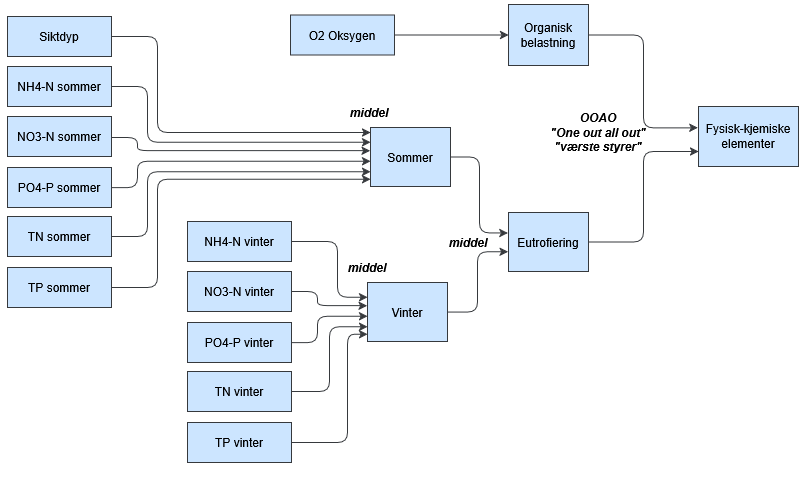
The draw.io diagram martini3.drawio.png in ciaran-dk/flowchart, before a commit. Source tidied: cells renumbered, new cells last; positions are measured from the earlier drawing's top-left corner, leaving out a move shared by most shapes.
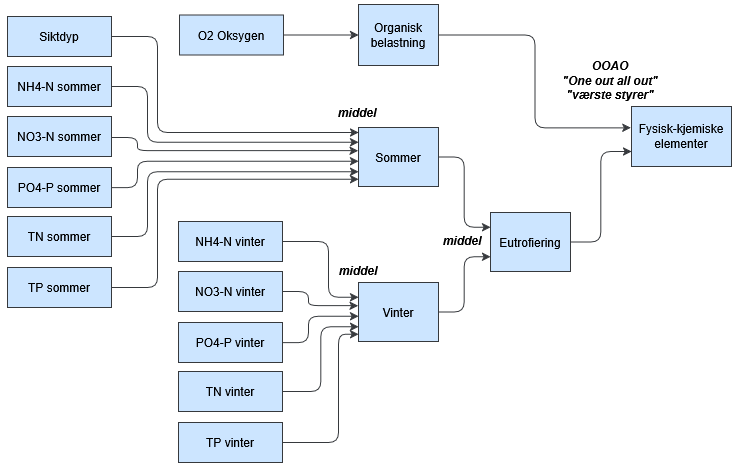
After the change.

What changed in the source:
```diff
@@ -3,15 +3,15 @@
     <mxCell id="0" />
     <mxCell id="1" parent="0" />
     <mxCell id="2" value="Fysisk-kjemiske elementer" style="whiteSpace=wrap;html=1;labelBackgroundColor=none;fillColor=#cce5ff;strokeColor=#36393d;fontColor=#000000;" parent="1" vertex="1">
-      <mxGeometry x="691" y="102" width="100" height="60" as="geometry" />
+      <mxGeometry x="624" y="102" width="100" height="60" as="geometry" />
     </mxCell>
     <mxCell id="3" style="edgeStyle=elbowEdgeStyle;elbow=horizontal;html=1;rounded=1;curved=0;sourcePerimeterSpacing=0;targetPerimeterSpacing=0;startSize=6;endSize=6;entryX=0;entryY=0.75;entryDx=0;entryDy=0;labelBackgroundColor=none;fontColor=#000000;fillColor=#cce5ff;strokeColor=#36393d;exitX=1;exitY=0.5;exitDx=0;exitDy=0;" parent="1" edge="1" source="35" target="2">
       <mxGeometry relative="1" as="geometry" />
     </mxCell>
     <mxCell id="4" value="Sommer" style="whiteSpace=wrap;html=1;labelBackgroundColor=none;fillColor=#cce5ff;strokeColor=#36393d;fontColor=#000000;" parent="1" vertex="1">
-      <mxGeometry x="363" y="123" width="80" height="59" as="geometry" />
+      <mxGeometry x="351" y="123" width="80" height="59" as="geometry" />
     </mxCell>
-    <mxCell id="5" style="edgeStyle=elbowEdgeStyle;elbow=horizontal;html=1;rounded=1;curved=0;sourcePerimeterSpacing=0;targetPerimeterSpacing=0;startSize=6;endSize=6;labelBackgroundColor=none;fontColor=#000000;fillColor=#cce5ff;strokeColor=#36393d;entryX=-0.007;entryY=0.346;entryDx=0;entryDy=0;entryPerimeter=0;" parent="1" edge="1" source="4" target="35">
+    <mxCell id="5" style="edgeStyle=elbowEdgeStyle;elbow=horizontal;html=1;rounded=1;curved=0;sourcePerimeterSpacing=0;targetPerimeterSpacing=0;startSize=6;endSize=6;labelBackgroundColor=none;fontColor=#000000;fillColor=#cce5ff;strokeColor=#36393d;entryX=0;entryY=0.25;entryDx=0;entryDy=0;" parent="1" edge="1" source="4" target="35">
       <mxGeometry relative="1" as="geometry" />
     </mxCell>
     <mxCell id="6" value="NH4-N sommer" style="whiteSpace=wrap;html=1;labelBackgroundColor=none;fillColor=#cce5ff;strokeColor=#36393d;fontColor=#000000;" parent="1" vertex="1">
@@ -35,13 +35,13 @@
       </mxGeometry>
     </mxCell>
     <mxCell id="10" value="&lt;div&gt;Organisk&lt;/div&gt;&lt;div&gt;belastning&lt;/div&gt;" style="whiteSpace=wrap;html=1;labelBackgroundColor=none;fillColor=#cce5ff;strokeColor=#36393d;fontColor=#000000;" parent="1" vertex="1">
-      <mxGeometry x="501" width="80" height="61" as="geometry" />
+      <mxGeometry x="351" width="80" height="61" as="geometry" />
     </mxCell>
     <mxCell id="11" style="edgeStyle=elbowEdgeStyle;elbow=horizontal;html=1;rounded=1;curved=0;sourcePerimeterSpacing=0;targetPerimeterSpacing=0;startSize=6;endSize=6;entryX=-0.006;entryY=0.356;entryDx=0;entryDy=0;labelBackgroundColor=none;fontColor=#000000;fillColor=#cce5ff;strokeColor=#36393d;entryPerimeter=0;" parent="1" edge="1" source="10" target="2">
       <mxGeometry relative="1" as="geometry" />
     </mxCell>
     <mxCell id="12" value="O2 Oksygen" style="whiteSpace=wrap;html=1;labelBackgroundColor=none;fillColor=#cce5ff;strokeColor=#36393d;fontColor=#000000;" parent="1" vertex="1">
-      <mxGeometry x="283" y="10.5" width="104" height="40" as="geometry" />
+      <mxGeometry x="172" y="10.5" width="104" height="40" as="geometry" />
     </mxCell>
     <mxCell id="13" style="edgeStyle=elbowEdgeStyle;elbow=horizontal;html=1;rounded=1;curved=0;sourcePerimeterSpacing=0;targetPerimeterSpacing=0;startSize=6;endSize=6;entryX=0;entryY=0.5;entryDx=0;entryDy=0;labelBackgroundColor=none;fontColor=#000000;fillColor=#cce5ff;strokeColor=#36393d;" parent="1" edge="1" source="12" target="10">
       <mxGeometry relative="1" as="geometry" />
@@ -57,7 +57,7 @@
       </mxGeometry>
     </mxCell>
     <mxCell id="16" value="&lt;div&gt;OOAO&lt;/div&gt;&lt;div&gt;&quot;One out all out&quot;&lt;/div&gt;&lt;div&gt;&quot;værste styrer&quot;&lt;/div&gt;" style="text;html=1;align=center;verticalAlign=middle;whiteSpace=wrap;rounded=0;fontColor=#000000;fontStyle=3;" parent="1" vertex="1">
-      <mxGeometry x="521" y="113" width="140" height="30" as="geometry" />
+      <mxGeometry x="533" y="61" width="140" height="30" as="geometry" />
     </mxCell>
     <mxCell id="17" style="edgeStyle=elbowEdgeStyle;elbow=horizontal;html=1;rounded=1;curved=0;sourcePerimeterSpacing=0;targetPerimeterSpacing=0;startSize=6;endSize=6;entryX=0;entryY=0.57;entryDx=0;entryDy=0;labelBackgroundColor=none;fontColor=#000000;fillColor=#cce5ff;strokeColor=#36393d;entryPerimeter=0;" parent="1" edge="1" target="4">
       <mxGeometry relative="1" as="geometry">
@@ -92,71 +92,71 @@
       </mxGeometry>
     </mxCell>
     <mxCell id="23" value="&lt;div&gt;Vinter&lt;/div&gt;" style="whiteSpace=wrap;html=1;labelBackgroundColor=none;fillColor=#cce5ff;strokeColor=#36393d;fontColor=#000000;" parent="1" vertex="1">
-      <mxGeometry x="360" y="278" width="80" height="59" as="geometry" />
+      <mxGeometry x="351" y="278" width="80" height="59" as="geometry" />
     </mxCell>
-    <mxCell id="24" style="edgeStyle=elbowEdgeStyle;elbow=horizontal;html=1;rounded=1;curved=0;sourcePerimeterSpacing=0;targetPerimeterSpacing=0;startSize=6;endSize=6;labelBackgroundColor=none;fontColor=#000000;fillColor=#cce5ff;strokeColor=#36393d;entryX=-0.004;entryY=0.664;entryDx=0;entryDy=0;entryPerimeter=0;" parent="1" edge="1" source="23" target="35">
+    <mxCell id="24" style="edgeStyle=elbowEdgeStyle;elbow=horizontal;html=1;rounded=1;curved=0;sourcePerimeterSpacing=0;targetPerimeterSpacing=0;startSize=6;endSize=6;labelBackgroundColor=none;fontColor=#000000;fillColor=#cce5ff;strokeColor=#36393d;entryX=0;entryY=0.75;entryDx=0;entryDy=0;" parent="1" edge="1" source="23" target="35">
       <mxGeometry relative="1" as="geometry" />
     </mxCell>
     <mxCell id="25" value="NH4-N vinter" style="whiteSpace=wrap;html=1;labelBackgroundColor=none;fillColor=#cce5ff;strokeColor=#36393d;fontColor=#000000;" parent="1" vertex="1">
-      <mxGeometry x="180" y="217" width="104" height="40" as="geometry" />
+      <mxGeometry x="171" y="217" width="104" height="40" as="geometry" />
     </mxCell>
     <mxCell id="26" style="edgeStyle=elbowEdgeStyle;elbow=horizontal;html=1;rounded=1;curved=0;sourcePerimeterSpacing=0;targetPerimeterSpacing=0;startSize=6;endSize=6;labelBackgroundColor=none;fontColor=#000000;fillColor=#cce5ff;strokeColor=#36393d;entryX=0;entryY=0.25;entryDx=0;entryDy=0;" parent="1" edge="1" source="25" target="23">
       <mxGeometry relative="1" as="geometry">
         <Array as="points">
-          <mxPoint x="330" y="267" />
+          <mxPoint x="321" y="267" />
         </Array>
       </mxGeometry>
     </mxCell>
     <mxCell id="27" value="NO3-N&amp;nbsp;vinter" style="whiteSpace=wrap;html=1;labelBackgroundColor=none;fillColor=#cce5ff;strokeColor=#36393d;fontColor=#000000;" parent="1" vertex="1">
-      <mxGeometry x="180" y="267" width="104" height="40" as="geometry" />
+      <mxGeometry x="171" y="267" width="104" height="40" as="geometry" />
     </mxCell>
     <mxCell id="28" style="edgeStyle=elbowEdgeStyle;elbow=horizontal;html=1;rounded=1;curved=0;sourcePerimeterSpacing=0;targetPerimeterSpacing=0;startSize=6;endSize=6;entryX=-0.004;entryY=0.392;entryDx=0;entryDy=0;labelBackgroundColor=none;fontColor=#000000;fillColor=#cce5ff;strokeColor=#36393d;entryPerimeter=0;" parent="1" edge="1" source="27" target="23">
       <mxGeometry relative="1" as="geometry">
         <Array as="points">
-          <mxPoint x="310" y="287" />
+          <mxPoint x="301" y="287" />
         </Array>
       </mxGeometry>
     </mxCell>
     <mxCell id="29" style="edgeStyle=elbowEdgeStyle;elbow=horizontal;html=1;rounded=1;curved=0;sourcePerimeterSpacing=0;targetPerimeterSpacing=0;startSize=6;endSize=6;entryX=0;entryY=0.57;entryDx=0;entryDy=0;labelBackgroundColor=none;fontColor=#000000;fillColor=#cce5ff;strokeColor=#36393d;entryPerimeter=0;" parent="1" edge="1" target="23">
       <mxGeometry relative="1" as="geometry">
-        <mxPoint x="284" y="338" as="sourcePoint" />
+        <mxPoint x="275" y="338" as="sourcePoint" />
         <Array as="points">
-          <mxPoint x="310" y="327" />
+          <mxPoint x="301" y="327" />
         </Array>
       </mxGeometry>
     </mxCell>
     <mxCell id="30" value="PO4-P&amp;nbsp;vinter" style="whiteSpace=wrap;html=1;labelBackgroundColor=none;fillColor=#cce5ff;strokeColor=#36393d;fontColor=#000000;" parent="1" vertex="1">
-      <mxGeometry x="180" y="318" width="104" height="40" as="geometry" />
+      <mxGeometry x="171" y="318" width="104" height="40" as="geometry" />
     </mxCell>
     <mxCell id="31" value="TN&amp;nbsp;vinter" style="whiteSpace=wrap;html=1;labelBackgroundColor=none;fillColor=#cce5ff;strokeColor=#36393d;fontColor=#000000;" parent="1" vertex="1">
-      <mxGeometry x="180" y="367" width="104" height="40" as="geometry" />
+      <mxGeometry x="171" y="367" width="104" height="40" as="geometry" />
     </mxCell>
     <mxCell id="32" style="edgeStyle=elbowEdgeStyle;elbow=horizontal;html=1;rounded=1;curved=0;sourcePerimeterSpacing=0;targetPerimeterSpacing=0;startSize=6;endSize=6;entryX=0;entryY=0.75;entryDx=0;entryDy=0;labelBackgroundColor=none;fontColor=#000000;fillColor=#cce5ff;strokeColor=#36393d;" parent="1" edge="1" target="23">
       <mxGeometry relative="1" as="geometry">
-        <mxPoint x="284" y="387" as="sourcePoint" />
+        <mxPoint x="275" y="387" as="sourcePoint" />
       </mxGeometry>
     </mxCell>
     <mxCell id="33" value="TP&amp;nbsp;vinter" style="whiteSpace=wrap;html=1;labelBackgroundColor=none;fillColor=#cce5ff;strokeColor=#36393d;fontColor=#000000;" parent="1" vertex="1">
-      <mxGeometry x="180" y="418" width="104" height="40" as="geometry" />
+      <mxGeometry x="171" y="418" width="104" height="40" as="geometry" />
     </mxCell>
     <mxCell id="34" style="edgeStyle=elbowEdgeStyle;elbow=horizontal;html=1;rounded=1;curved=0;sourcePerimeterSpacing=0;targetPerimeterSpacing=0;startSize=6;endSize=6;entryX=0;entryY=0.877;entryDx=0;entryDy=0;labelBackgroundColor=none;fontColor=#000000;fillColor=#cce5ff;strokeColor=#36393d;entryPerimeter=0;" parent="1" edge="1" source="33" target="23">
       <mxGeometry relative="1" as="geometry">
         <Array as="points">
-          <mxPoint x="340" y="387" />
+          <mxPoint x="331" y="387" />
         </Array>
       </mxGeometry>
     </mxCell>
     <mxCell id="35" value="Eutrofiering" style="whiteSpace=wrap;html=1;labelBackgroundColor=none;fillColor=#cce5ff;strokeColor=#36393d;fontColor=#000000;" parent="1" vertex="1">
-      <mxGeometry x="501" y="208" width="80" height="59" as="geometry" />
+      <mxGeometry x="483" y="208" width="80" height="59" as="geometry" />
     </mxCell>
     <mxCell id="36" value="middel" style="text;html=1;align=center;verticalAlign=middle;whiteSpace=wrap;rounded=0;fontColor=#000000;fontStyle=3;" parent="1" vertex="1">
-      <mxGeometry x="431" y="222.5" width="60" height="30" as="geometry" />
+      <mxGeometry x="425" y="221" width="60" height="30" as="geometry" />
     </mxCell>
     <mxCell id="37" value="middel" style="text;html=1;align=center;verticalAlign=middle;whiteSpace=wrap;rounded=0;fontColor=#000000;fontStyle=3;" parent="1" vertex="1">
-      <mxGeometry x="330" y="248" width="60" height="30" as="geometry" />
+      <mxGeometry x="321" y="251" width="60" height="30" as="geometry" />
     </mxCell>
     <mxCell id="38" value="middel" style="text;html=1;align=center;verticalAlign=middle;whiteSpace=wrap;rounded=0;fontColor=#000000;fontStyle=3;" parent="1" vertex="1">
-      <mxGeometry x="332" y="93" width="60" height="30" as="geometry" />
+      <mxGeometry x="320" y="93" width="60" height="30" as="geometry" />
     </mxCell>
   </root>
 </mxGraphModel>
```
